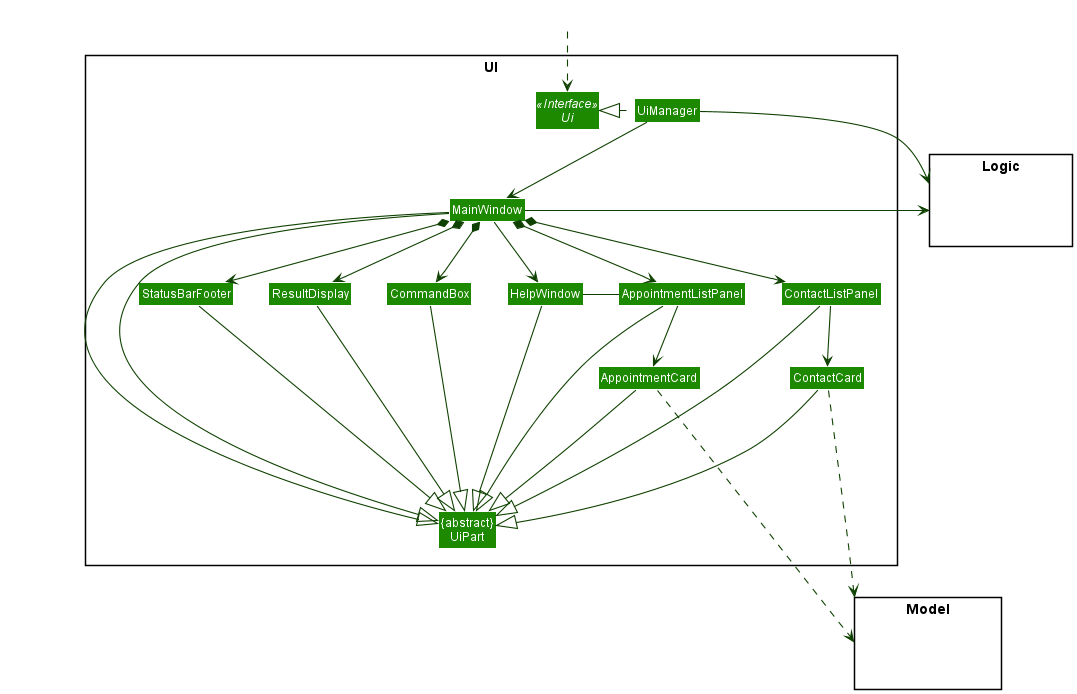
Earlier version of the PlantUML export docs/images/AppointmentWithUIClassDiagram.png (nus-cs2103-AY2021S2/tp).
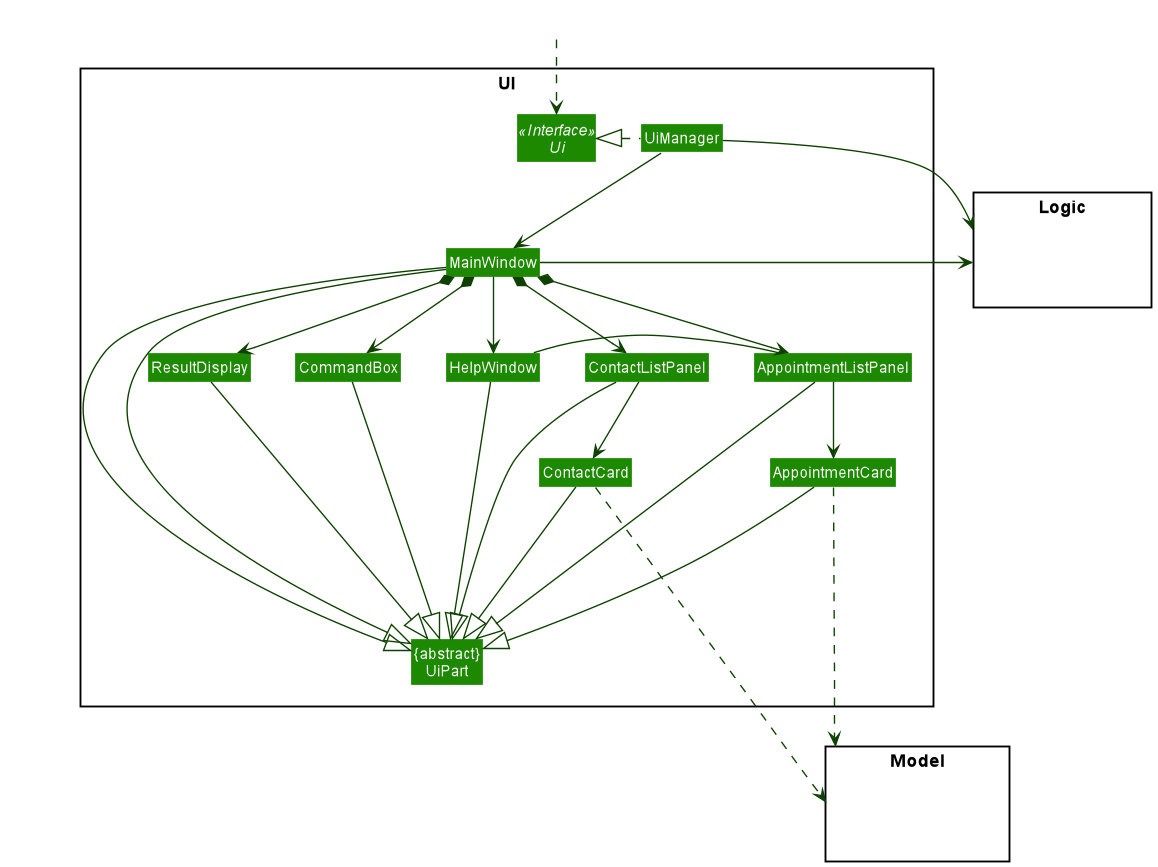
Above is the later version.

What changed in the source:
```diff
@@ -15,7 +15,6 @@
 Class ContactCard
 Class AppointmentListPanel
 Class AppointmentCard
-Class StatusBarFooter
 Class CommandBox
 }
 
@@ -37,7 +36,6 @@
 MainWindow *-down-> ResultDisplay
 MainWindow *-down-> ContactListPanel
 MainWindow *-down-> AppointmentListPanel
-MainWindow *-down-> StatusBarFooter
 
 ContactListPanel -down-> ContactCard
 AppointmentListPanel -down-> AppointmentCard
@@ -50,7 +48,6 @@
 ContactCard ---|> UiPart
 AppointmentListPanel ---|> UiPart
 AppointmentCard ---|> UiPart
-StatusBarFooter ---|> UiPart
 HelpWindow -down--|> UiPart
 
 ContactCard ....> Model
@@ -62,7 +59,6 @@
 AppointmentListPanel -left- HelpWindow
 HelpWindow -[hidden]left- CommandBox
 CommandBox -[hidden]left- ResultDisplay
-ResultDisplay -[hidden]left- StatusBarFooter
 
 MainWindow ---|> UiPart
 @enduml
```
